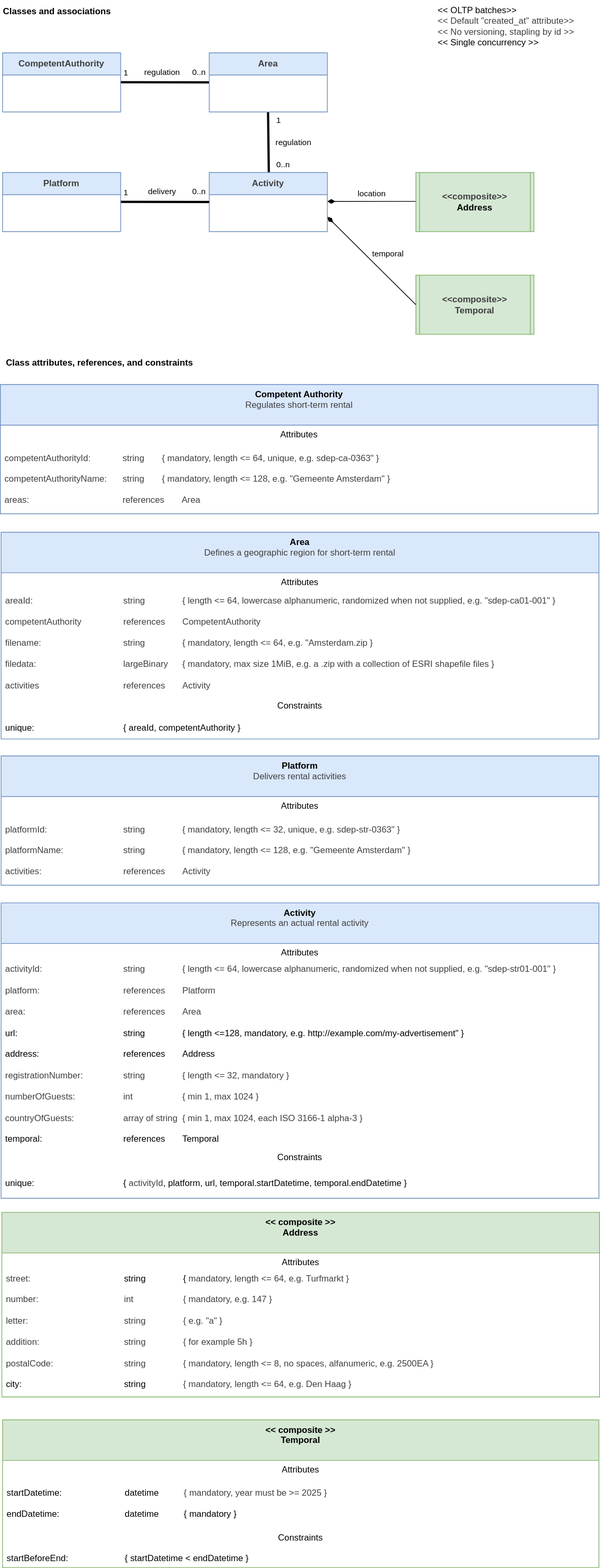
The draw.io diagram docs/Classes.svg in MinBZK/sdep.gov.nl, before a commit. Source tidied: cells renumbered, new cells last; positions are measured from the earlier drawing's top-left corner, leaving out a move shared by most shapes.
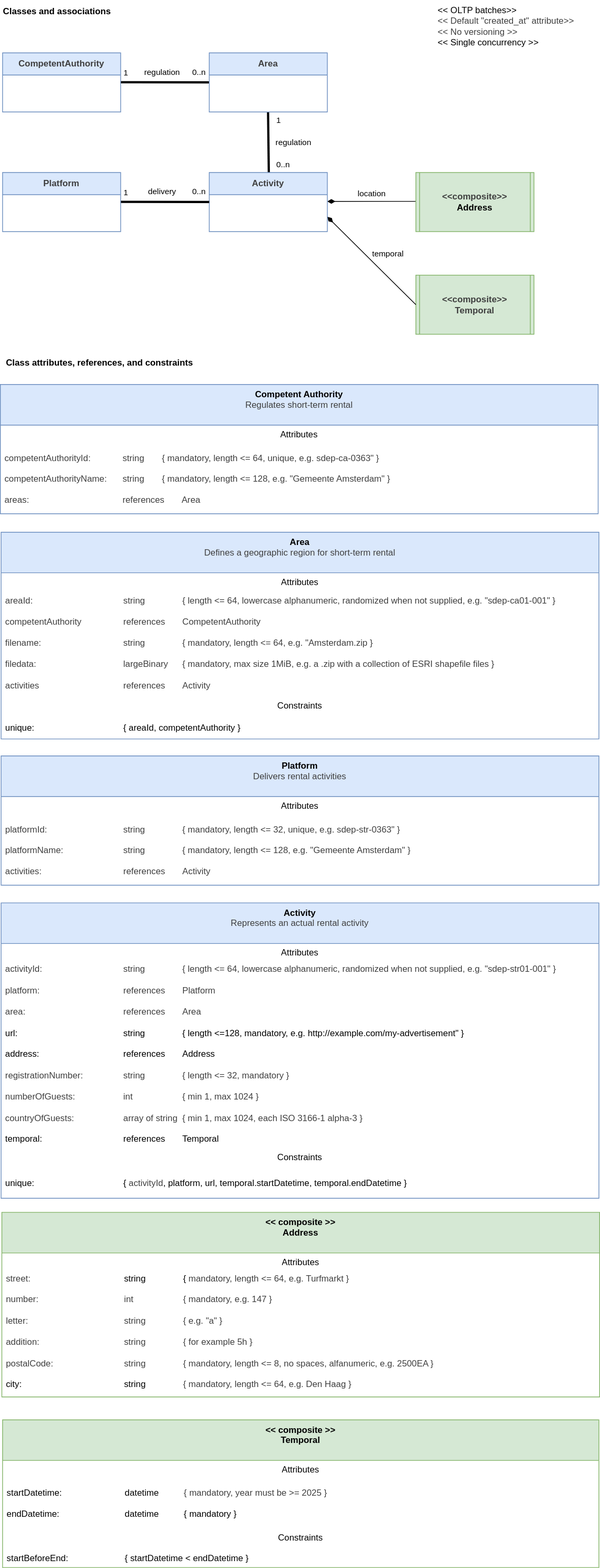
The same file after the commit.

Commit message:
[skip-ci] Documentatie

Change to the diagram source:
```diff
@@ -24,7 +24,7 @@
         <mxPoint x="-1" y="-10" as="offset" />
       </mxGeometry>
     </mxCell>
-    <mxCell id="7" value="&amp;lt;&amp;lt; OLTP batches&amp;gt;&amp;gt;&lt;div&gt;&lt;span style=&quot;color: rgb(63, 63, 63);&quot;&gt;&amp;lt;&amp;lt; Default &quot;created_at&quot; attribute&amp;gt;&amp;gt;&lt;/span&gt;&lt;/div&gt;&lt;div&gt;&lt;span style=&quot;color: rgb(63, 63, 63); background-color: transparent;&quot;&gt;&amp;lt;&amp;lt; No versioning, stapling by id &amp;gt;&amp;gt;&lt;/span&gt;&lt;/div&gt;&lt;div&gt;&lt;div&gt;&amp;lt;&amp;lt; Single concurrency &amp;gt;&amp;gt;&lt;/div&gt;&lt;/div&gt;" style="text;html=1;align=left;verticalAlign=middle;strokeColor=none;fillColor=none;" parent="1" vertex="1">
+    <mxCell id="7" value="&amp;lt;&amp;lt; OLTP batches&amp;gt;&amp;gt;&lt;div&gt;&lt;span style=&quot;color: rgb(63, 63, 63);&quot;&gt;&amp;lt;&amp;lt; Default &quot;created_at&quot; attribute&amp;gt;&amp;gt;&lt;/span&gt;&lt;/div&gt;&lt;div&gt;&lt;span style=&quot;color: rgb(63, 63, 63); background-color: transparent;&quot;&gt;&amp;lt;&amp;lt; No versioning &amp;gt;&amp;gt;&lt;/span&gt;&lt;/div&gt;&lt;div&gt;&lt;div&gt;&amp;lt;&amp;lt; Single concurrency &amp;gt;&amp;gt;&lt;/div&gt;&lt;/div&gt;" style="text;html=1;align=left;verticalAlign=middle;strokeColor=none;fillColor=none;" parent="1" vertex="1">
       <mxGeometry x="591" width="210" height="70" as="geometry" />
     </mxCell>
     <mxCell id="8" style="endArrow=none;startArrow=none;endFill=0;startFill=0;endSize=8;html=1;verticalAlign=bottom;labelBackgroundColor=none;strokeWidth=3;entryX=0.487;entryY=0.966;entryDx=0;entryDy=0;entryPerimeter=0;exitX=0.505;exitY=0.071;exitDx=0;exitDy=0;exitPerimeter=0;" parent="1" edge="1" source="18">
```
